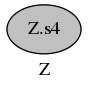
The Graphviz diagram src/out_graph/down_graph_9.dot.png in gerakilmurray/genevalmag, before a commit. Its source is kept beside it as src/out_graph/down_graph_9.dot.
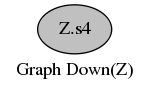
The same diagram one commit later.

Diff of the diagram source:
```diff
@@ -1,6 +1,6 @@
 digraph G {
 graph [
-label="Z", rankdir="LR", ratio="compress"];
+label="Graph Down(Z)", rankdir="LR", ratio="compress"];
 node [
 color="black", fillcolor="gray", shape="ellipse", style="filled"];
 0[label="Z.s4"];
```
